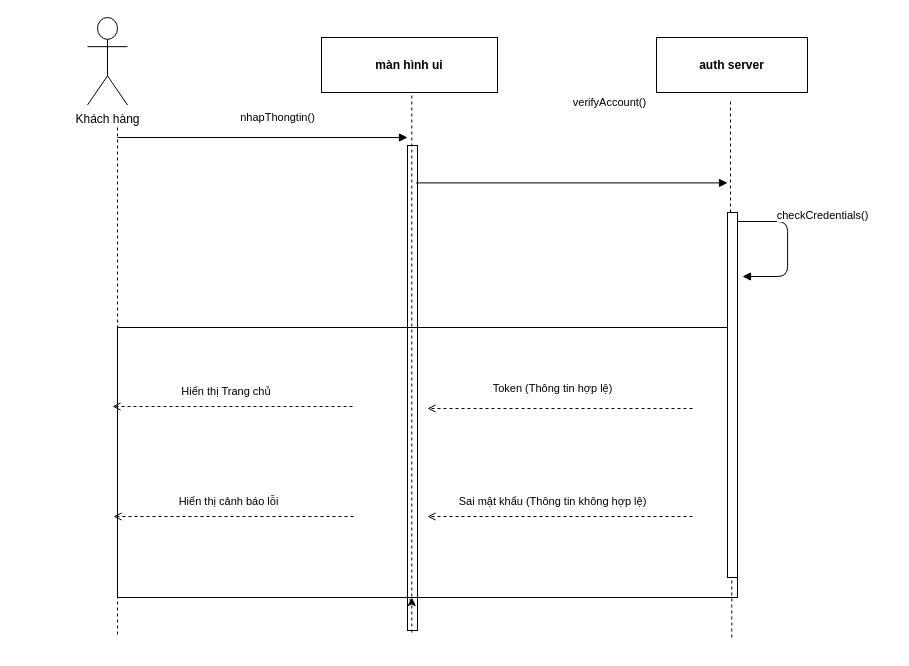
The draw.io diagram page "RikkeiShop Login" (1 of 2) of bai1.drawio in ngoclee280907-bot/LeThiNgocLe_B25DTCN277_IT105_session10_bai1, before the edit. Source tidied: cells renumbered, new cells numbered last; positions are measured from the earlier drawing's top-left corner, leaving out a move shared by most shapes. Both pictures are drawn from the tidied source at 100%, with x=0, y=0 at pixel (87, 17).
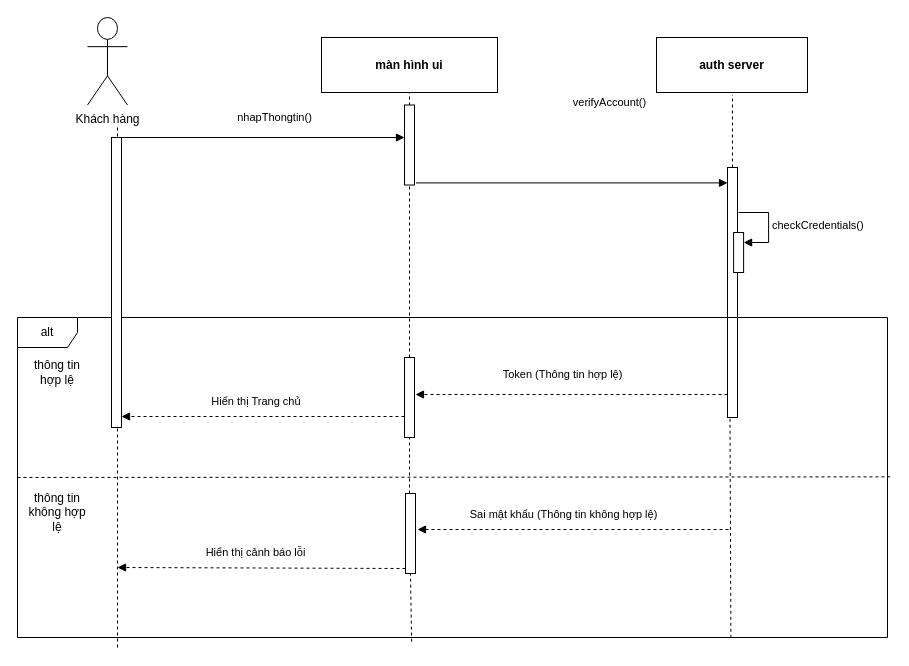
The same diagram, later.

The change refers to these unchanged cells:
```xml
<mxCell id="3" value="màn hình ui" style="rounded=0;whiteSpace=wrap;html=1;fillColor=#ffffff;strokeColor=#000000;fontStyle=1;" parent="1" vertex="1">
  <mxGeometry x="234" y="20" width="176" height="55" as="geometry" />
</mxCell>
```

Diff of the diagram source:
```diff
@@
-    <mxCell id="5" style="endArrow=none;dashed=1;strokeColor=#000000;" parent="1" edge="1">
-      <mxGeometry relative="1" as="geometry">
-        <mxPoint x="30" y="110" as="sourcePoint" />
-        <mxPoint x="30" y="620" as="targetPoint" />
-      </mxGeometry>
-    </mxCell>
-    <mxCell id="6" style="fillColor=#ffffff;strokeColor=#000000;" parent="1" vertex="1">
-      <mxGeometry x="320" y="128" width="10" height="485" as="geometry" />
-    </mxCell>
     <mxCell id="7" value="nhapThongtin()" style="endArrow=block;endFill=1;html=1;" parent="1" edge="1">
       <mxGeometry x="0.1" y="20" relative="1" as="geometry">
-        <mxPoint x="30" y="120" as="sourcePoint" />
-        <mxPoint x="320" y="120" as="targetPoint" />
+        <mxPoint x="27" y="120" as="sourcePoint" />
+        <mxPoint x="317" y="120" as="targetPoint" />
       </mxGeometry>
     </mxCell>
@@
-    <mxCell id="9" value="checkCredentials()" style="edgeStyle=orthogonalEdgeStyle;endArrow=block;endFill=1;html=1;" parent="1" edge="1">
-      <mxGeometry x="-0.28" y="36" relative="1" as="geometry">
-        <mxPoint x="650" y="204" as="sourcePoint" />
-        <mxPoint x="655" y="259" as="targetPoint" />
-        <Array as="points">
-          <mxPoint x="700.1" y="204.1" />
-          <mxPoint x="700.1" y="259" />
-        </Array>
-        <mxPoint x="-1" y="-10" as="offset" />
-      </mxGeometry>
-    </mxCell>
-    <mxCell id="10" style="fillColor=none;strokeColor=#000000;" parent="1" vertex="1">
-      <mxGeometry x="30" y="310" width="620" height="270" as="geometry" />
-    </mxCell>
-    <mxCell id="11" value="Token (Thông tin hợp lệ)" style="endArrow=open;endFill=0;dashed=1;html=1;" parent="1" edge="1">
+    <mxCell id="11" value="Token (Thông tin hợp lệ)" style="endArrow=block;endFill=1;dashed=1;html=1;" parent="1" edge="1">
       <mxGeometry x="0.06" y="-20" relative="1" as="geometry">
-        <mxPoint x="605" y="391" as="sourcePoint" />
-        <mxPoint x="340" y="391" as="targetPoint" />
+        <mxPoint x="640" y="377" as="sourcePoint" />
+        <mxPoint x="328" y="377" as="targetPoint" />
       </mxGeometry>
     </mxCell>
-    <mxCell id="12" value="Hiển thị Trang chủ&amp;nbsp;" style="endArrow=open;endFill=0;dashed=1;html=1;" parent="1" edge="1">
+    <mxCell id="12" value="Hiển thị Trang chủ&amp;nbsp;" style="endArrow=block;endFill=1;dashed=1;html=1;entryX=1;entryY=1;entryDx=0;entryDy=-5;entryPerimeter=0;" parent="1" edge="1">
       <mxGeometry x="0.04" y="-15" relative="1" as="geometry">
-        <mxPoint x="265" y="389" as="sourcePoint" />
-        <mxPoint x="25" y="389" as="targetPoint" />
+        <mxPoint x="317" y="399" as="sourcePoint" />
+        <mxPoint x="34" y="399" as="targetPoint" />
       </mxGeometry>
     </mxCell>
-    <mxCell id="13" value="Sai mật khẩu (Thông tin không hợp lệ)" style="endArrow=open;endFill=0;dashed=1;html=1;" parent="1" edge="1">
+    <mxCell id="13" value="Sai mật khẩu (Thông tin không hợp lệ)" style="endArrow=block;endFill=1;dashed=1;html=1;" parent="1" edge="1">
       <mxGeometry x="0.06" y="-15" relative="1" as="geometry">
-        <mxPoint x="605" y="499" as="sourcePoint" />
-        <mxPoint x="340" y="499" as="targetPoint" />
+        <mxPoint x="641" y="512" as="sourcePoint" />
+        <mxPoint x="330" y="512" as="targetPoint" />
       </mxGeometry>
     </mxCell>
-    <mxCell id="14" value="Hiển thị cảnh báo lỗi" style="endArrow=open;endFill=0;dashed=1;html=1;" parent="1" edge="1">
+    <mxCell id="14" value="Hiển thị cảnh báo lỗi" style="endArrow=block;endFill=1;dashed=1;html=1;exitX=0;exitY=1;exitDx=0;exitDy=-5;exitPerimeter=0;" parent="1" edge="1" source="28">
       <mxGeometry x="0.04" y="-15" relative="1" as="geometry">
-        <mxPoint x="266" y="499" as="sourcePoint" />
-        <mxPoint x="26" y="499" as="targetPoint" />
+        <mxPoint x="30" y="550" as="targetPoint" />
       </mxGeometry>
     </mxCell>
     <mxCell id="15" style="fillColor=#ffffff;strokeColor=#000000;" parent="1" vertex="1">
-      <mxGeometry x="640" y="195" width="10" height="365" as="geometry" />
+      <mxGeometry x="640" y="150" width="10" height="250" as="geometry" />
     </mxCell>
-    <mxCell id="16" style="endArrow=none;dashed=1;html=1;rounded=0;" parent="1" edge="1">
-      <mxGeometry relative="1" as="geometry">
-        <mxPoint x="324.3" y="615" as="sourcePoint" />
-        <mxPoint x="324.3" y="75" as="targetPoint" />
-      </mxGeometry>
-    </mxCell>
-    <mxCell id="17" style="endArrow=none;dashed=1;html=1;rounded=0;" parent="1" edge="1">
+    <mxCell id="17" style="endArrow=none;dashed=1;html=1;rounded=0;exitX=0.5;exitY=0;exitDx=0;exitDy=0;" parent="1" edge="1" source="15">
       <mxGeometry relative="1" as="geometry">
-        <mxPoint x="643" y="195" as="sourcePoint" />
-        <mxPoint x="643" y="81.5" as="targetPoint" />
+        <mxPoint x="645" y="77.5" as="targetPoint" />
       </mxGeometry>
     </mxCell>
-    <mxCell id="18" style="endArrow=none;dashed=1;html=1;rounded=0;" parent="1" edge="1">
+    <mxCell id="18" style="endArrow=none;dashed=1;html=1;rounded=0;exitX=0.82;exitY=1.001;exitDx=0;exitDy=0;exitPerimeter=0;" parent="1" edge="1" source="22">
       <mxGeometry relative="1" as="geometry">
-        <mxPoint x="644.3" y="620" as="sourcePoint" />
-        <mxPoint x="644.3" y="560" as="targetPoint" />
+        <mxPoint x="642.5" y="400" as="targetPoint" />
       </mxGeometry>
     </mxCell>
-    <mxCell id="19" style="edgeStyle=orthogonalEdgeStyle;rounded=0;orthogonalLoop=1;jettySize=auto;html=1;innerLoopWaypoints=1;exitX=0.167;exitY=0.937;exitDx=0;exitDy=0;entryX=0.433;entryY=0.932;entryDx=0;entryDy=0;entryPerimeter=0;exitPerimeter=0;" parent="1" edge="1" source="6" target="6">
-      <mxGeometry relative="1" as="geometry" />
-    </mxCell>
+    <mxCell id="20" style="html=1;points=[[0,0,0,0,5],[0,1,0,0,-5],[1,0,0,0,5],[1,1,0,0,-5]];perimeter=orthogonalPerimeter;outlineConnect=0;targetShapes=umlLifeline;portConstraint=eastwest;newEdgeStyle={&quot;curved&quot;:0,&quot;rounded&quot;:0};" parent="1" vertex="1">
+      <mxGeometry x="646.1" y="215" width="10" height="40" as="geometry" />
+    </mxCell>
+    <mxCell id="9" value="&lt;span style=&quot;text-align: center;&quot;&gt;checkCredentials()&lt;/span&gt;" style="html=1;align=left;spacingLeft=2;endArrow=block;rounded=0;edgeStyle=orthogonalEdgeStyle;curved=0;rounded=0;" parent="1" edge="1" target="20">
+      <mxGeometry relative="1" as="geometry">
+        <mxPoint x="651.1" y="195" as="sourcePoint" />
+        <Array as="points">
+          <mxPoint x="681.1" y="225" />
+        </Array>
+      </mxGeometry>
+    </mxCell>
+    <mxCell id="21" style="endArrow=none;dashed=1;strokeColor=#000000;entryX=0.114;entryY=0.001;entryDx=0;entryDy=0;entryPerimeter=0;" parent="1" edge="1" target="22">
+      <mxGeometry relative="1" as="geometry">
+        <mxPoint x="30" y="110" as="sourcePoint" />
+      </mxGeometry>
+    </mxCell>
+    <mxCell id="22" value="alt" style="shape=umlFrame;whiteSpace=wrap;html=1;" parent="1" vertex="1">
+      <mxGeometry x="-70" y="300" width="870" height="320" as="geometry" />
+    </mxCell>
+    <mxCell id="23" style="endArrow=none;dashed=1;html=1;rounded=0;entryX=0.5;entryY=1;entryDx=0;entryDy=0;" parent="1" edge="1" source="26" target="3">
+      <mxGeometry relative="1" as="geometry" />
+    </mxCell>
+    <mxCell id="24" style="html=1;perimeter=orthogonalPerimeter;targetShapes=umlLifeline;newEdgeStyle={&quot;curved&quot;:0,&quot;rounded&quot;:0};" parent="1" vertex="1">
+      <mxGeometry x="317" y="87.5" width="10" height="80" as="geometry" />
+    </mxCell>
+    <mxCell id="25" style="endArrow=none;dashed=1;html=1;rounded=0;" parent="1" edge="1" target="26">
+      <mxGeometry relative="1" as="geometry">
+        <mxPoint x="322" y="476" as="sourcePoint" />
+      </mxGeometry>
+    </mxCell>
+    <mxCell id="26" style="html=1;points=[[0,0,0,0,5],[0,1,0,0,-5],[1,0,0,0,5],[1,1,0,0,-5]];perimeter=orthogonalPerimeter;outlineConnect=0;targetShapes=umlLifeline;portConstraint=eastwest;newEdgeStyle={&quot;curved&quot;:0,&quot;rounded&quot;:0};" parent="1" vertex="1">
+      <mxGeometry x="317" y="340" width="10" height="80" as="geometry" />
+    </mxCell>
+    <mxCell id="27" style="endArrow=none;dashed=1;html=1;rounded=0;entryX=0.5;entryY=1;entryDx=0;entryDy=0;exitX=0.453;exitY=1.013;exitDx=0;exitDy=0;exitPerimeter=0;" parent="1" edge="1" source="22" target="28">
+      <mxGeometry relative="1" as="geometry" />
+    </mxCell>
+    <mxCell id="28" style="html=1;points=[[0,0,0,0,5],[0,1,0,0,-5],[1,0,0,0,5],[1,1,0,0,-5]];perimeter=orthogonalPerimeter;outlineConnect=0;targetShapes=umlLifeline;portConstraint=eastwest;newEdgeStyle={&quot;curved&quot;:0,&quot;rounded&quot;:0};" parent="1" vertex="1">
+      <mxGeometry x="318" y="476" width="10" height="80" as="geometry" />
+    </mxCell>
+    <mxCell id="29" style="html=1;perimeter=orthogonalPerimeter;targetShapes=umlLifeline;newEdgeStyle={&quot;curved&quot;:0,&quot;rounded&quot;:0};" parent="1" vertex="1">
+      <mxGeometry x="24" y="120" width="10" height="290" as="geometry" />
+    </mxCell>
+    <mxCell id="30" style="endArrow=none;dashed=1;html=1;rounded=0;entryX=1.003;entryY=0.498;entryDx=0;entryDy=0;entryPerimeter=0;" parent="1" edge="1" target="22">
+      <mxGeometry relative="1" as="geometry">
+        <mxPoint x="-70" y="460" as="sourcePoint" />
+      </mxGeometry>
+    </mxCell>
+    <mxCell id="31" value="thông tin hợp lệ" style="text;html=1;whiteSpace=wrap;strokeColor=none;fillColor=none;align=center;verticalAlign=middle;rounded=0;" parent="1" vertex="1">
+      <mxGeometry x="-60" y="340" width="60" height="30" as="geometry" />
+    </mxCell>
+    <mxCell id="32" value="thông tin không hợp lệ" style="text;html=1;whiteSpace=wrap;strokeColor=none;fillColor=none;align=center;verticalAlign=middle;rounded=0;" parent="1" vertex="1">
+      <mxGeometry x="-60" y="480" width="60" height="30" as="geometry" />
+    </mxCell>
+    <mxCell id="33" style="endArrow=none;dashed=1;html=1;rounded=0;" parent="1" edge="1">
+      <mxGeometry relative="1" as="geometry">
+        <mxPoint x="30" y="630" as="sourcePoint" />
+        <mxPoint x="30" y="410" as="targetPoint" />
+      </mxGeometry>
+    </mxCell>
```
